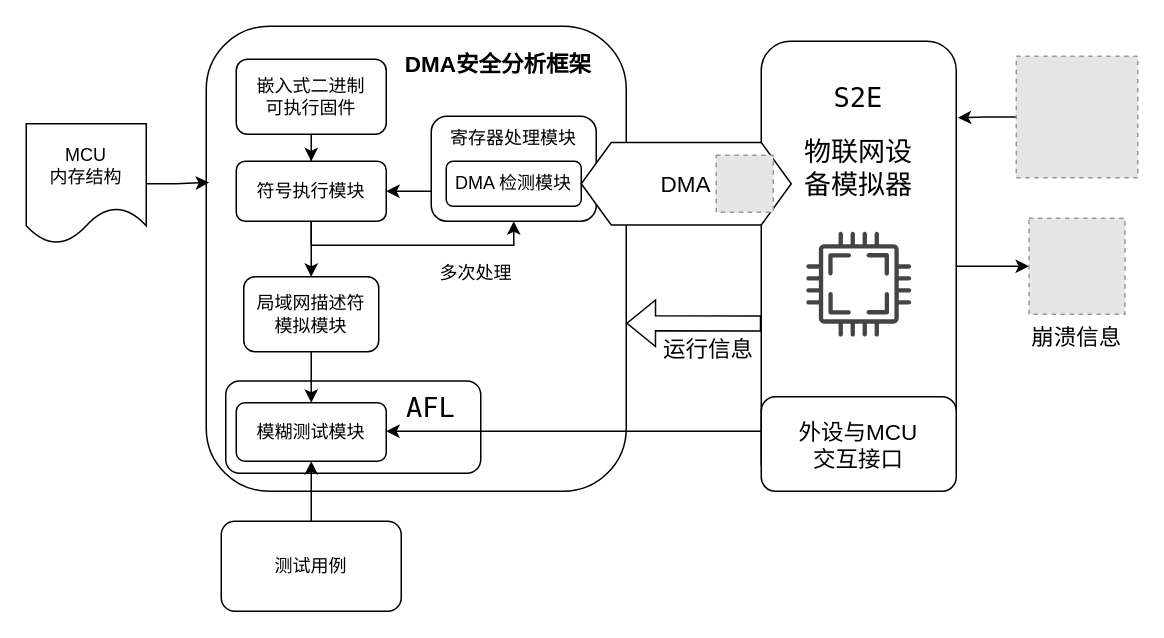
The draw.io diagram page "Page-1" (1 of 4) of DrawIO/BSThesis-SystemDesign.drawio in dingiso/TEST_For_Everything, before the edit. Source tidied: cells renumbered, new cells numbered last; positions are measured from the earlier drawing's top-left corner, leaving out a move shared by most shapes. Both pictures are drawn from the tidied source at 150%, with x=0, y=0 at pixel (26, 26). Pictures stored in the file or linked from it are replaced by grey dashed boxes.
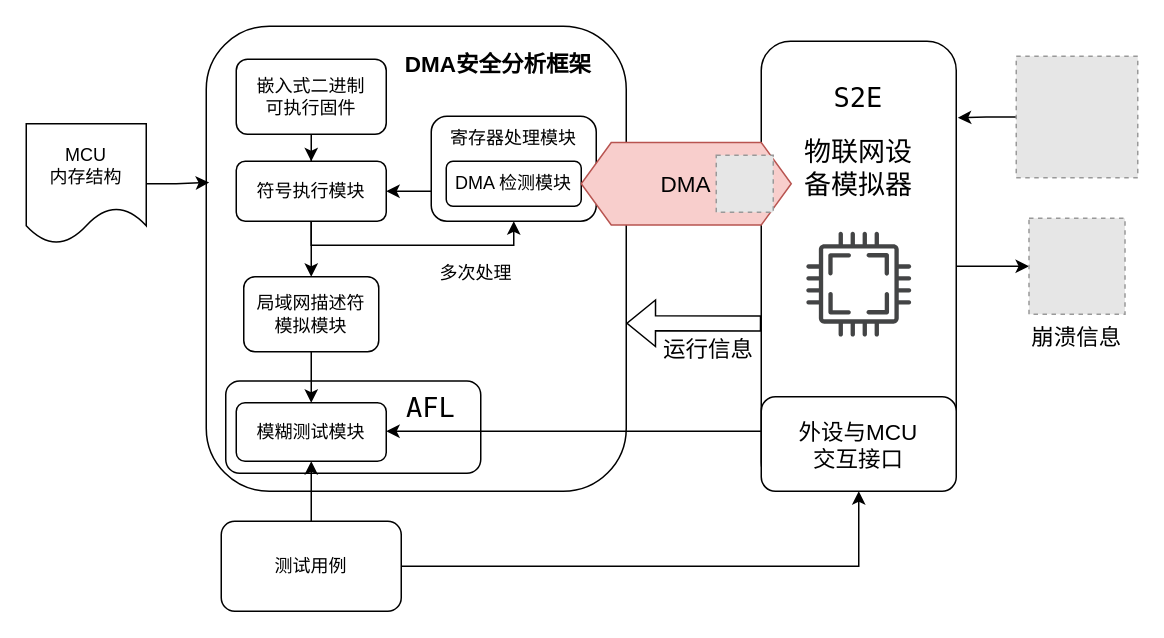
The same diagram, later.

Unchanged cells that the change refers to:
```xml
<mxCell id="24" value="测试用例" style="rounded=1;whiteSpace=wrap;html=1;" parent="1" vertex="1">
  <mxGeometry x="130" y="330" width="120" height="60" as="geometry" />
</mxCell>
<mxCell id="29" value="&lt;div&gt;外设与MCU&lt;/div&gt;&lt;div&gt;交互接口&lt;/div&gt;" style="rounded=1;whiteSpace=wrap;html=1;fontSize=15;" parent="1" vertex="1">
  <mxGeometry x="490" y="247" width="130" height="63" as="geometry" />
</mxCell>
```

Change to the diagram source:
```diff
@@
+    <mxCell id="38" style="edgeStyle=orthogonalEdgeStyle;rounded=0;jettySize=auto;html=1;entryX=0.5;entryY=1;entryDx=0;entryDy=0;fontSize=15;" parent="1" edge="1" source="24" target="29">
+      <mxGeometry relative="1" as="geometry" />
+    </mxCell>
@@
-    <mxCell id="30" value="DMA" style="shape=hexagon;perimeter=hexagonPerimeter2;whiteSpace=wrap;html=1;fixedSize=1;fontSize=15;" parent="1" vertex="1">
+    <mxCell id="30" value="DMA" style="shape=hexagon;perimeter=hexagonPerimeter2;whiteSpace=wrap;html=1;fixedSize=1;fontSize=15;fillColor=#f8cecc;strokeColor=#b85450;" parent="1" vertex="1">
       <mxGeometry x="370" y="77.5" width="140" height="55" as="geometry" />
     </mxCell>
```
